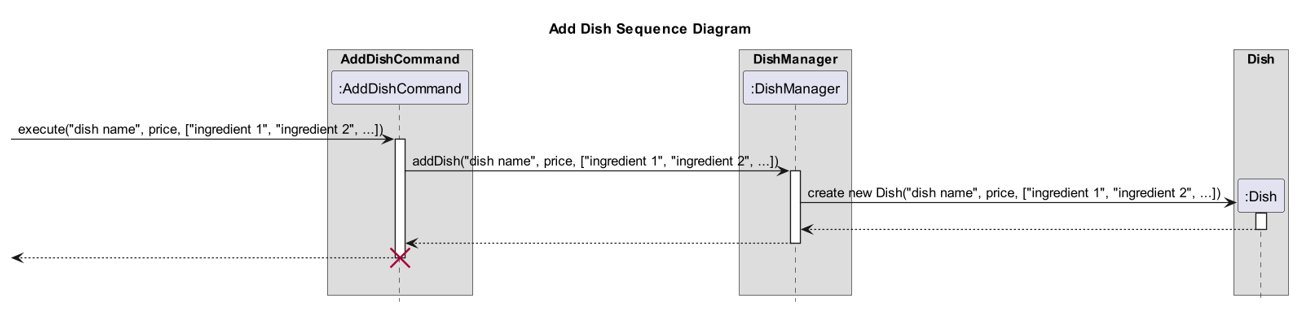
Above: docs/uml/images/AddDishCommandSequenceDiagram.png in nus-cs2113-AY2223S2/tp (PlantUML), before the change. Its source is kept beside it as docs/uml/AddDishCommandSequenceDiagram.puml.
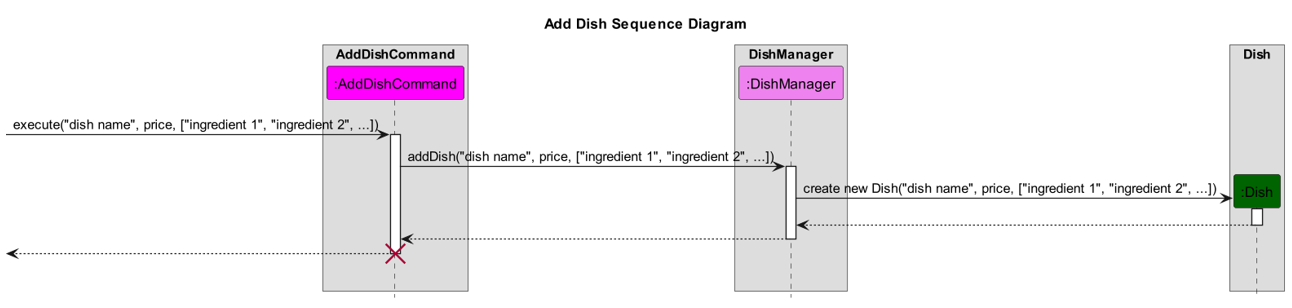
After the commit.

Commit message:
Update Dish UML sequence diagrams with colors

What changed in the source:
```diff
@@ -1,17 +1,18 @@
 @startuml
+!include Style.puml
 hide footbox
 title Add Dish Sequence Diagram
 
 box "AddDishCommand"
-participant ":AddDishCommand" as AddDishCommand
+participant ":AddDishCommand" as AddDishCommand COMMAND_COLOR
 endbox
 
 box "DishManager"
-participant ":DishManager" as DishManager
+participant ":DishManager" as DishManager MANAGER_COLOR
 endbox
 
 box "Dish"
-participant ":Dish" as Dish
+participant ":Dish" as Dish ENTITY_COLOR
 endbox
 
 -> AddDishCommand: execute("dish name", price, ["ingredient 1", "ingredient 2", ...])
```
